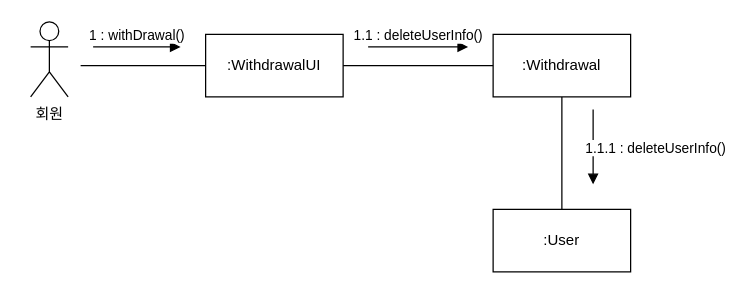
Above: B981008_김미래/회원탈퇴.drawio in FinancialWorld16/SE_TEAM (draw.io), before the change. Source tidied: cells renumbered, new cells numbered last; positions are measured from the earlier drawing's top-left corner, leaving out a move shared by most shapes. Both pictures are drawn from the tidied source at 125%, with x=0, y=0 at pixel (30, 21).
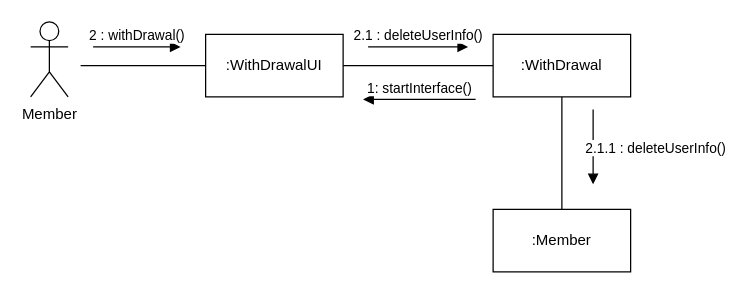
The same diagram, later.

What changed in the source:
```diff
@@
 <mxGraphModel>
   <root>
     <mxCell id="0" />
     <mxCell id="1" parent="0" />
-    <mxCell id="2" value="회원" style="shape=umlActor;verticalLabelPosition=bottom;verticalAlign=top;html=1;" parent="1" vertex="1">
+    <mxCell id="2" value="Member" style="shape=umlActor;verticalLabelPosition=bottom;verticalAlign=top;html=1;" parent="1" vertex="1">
       <mxGeometry width="30" height="60" as="geometry" />
     </mxCell>
-    <mxCell id="3" value=":WithdrawalUI" style="html=1;whiteSpace=wrap;" parent="1" vertex="1">
+    <mxCell id="3" value=":WithDrawalUI" style="html=1;whiteSpace=wrap;" parent="1" vertex="1">
       <mxGeometry x="140" y="10" width="110" height="50" as="geometry" />
     </mxCell>
-    <mxCell id="4" value=":Withdrawal" style="html=1;whiteSpace=wrap;" parent="1" vertex="1">
+    <mxCell id="4" value=":WithDrawal" style="html=1;whiteSpace=wrap;" parent="1" vertex="1">
       <mxGeometry x="370" y="10" width="110" height="50" as="geometry" />
     </mxCell>
     <mxCell id="5" style="line;strokeWidth=1;fillColor=none;align=left;verticalAlign=middle;spacingTop=-1;spacingLeft=3;spacingRight=3;labelPosition=right;strokeColor=inherit;" parent="1" vertex="1">
       <mxGeometry x="40" y="31" width="100" height="8" as="geometry" />
     </mxCell>
     <mxCell id="6" style="line;strokeWidth=1;fillColor=none;align=left;verticalAlign=middle;spacingTop=-1;spacingLeft=3;spacingRight=3;labelPosition=right;strokeColor=inherit;" parent="1" vertex="1">
       <mxGeometry x="250" y="31" width="120" height="8" as="geometry" />
     </mxCell>
-    <mxCell id="7" value=":User" style="html=1;whiteSpace=wrap;" parent="1" vertex="1">
+    <mxCell id="7" value=":Member" style="html=1;whiteSpace=wrap;" parent="1" vertex="1">
       <mxGeometry x="370" y="150" width="110" height="50" as="geometry" />
     </mxCell>
     <mxCell id="8" style="endArrow=none;html=1;rounded=0;exitX=0.5;exitY=0;exitDx=0;exitDy=0;entryX=0.5;entryY=1;entryDx=0;entryDy=0;" parent="1" edge="1" source="7" target="4">
       <mxGeometry relative="1" as="geometry" />
     </mxCell>
-    <mxCell id="9" value="1 : withDrawal()" style="html=1;verticalAlign=bottom;endArrow=block;edgeStyle=elbowEdgeStyle;elbow=vertical;curved=0;rounded=0;" parent="1" edge="1">
+    <mxCell id="9" value="2 : withDrawal()" style="html=1;verticalAlign=bottom;endArrow=block;edgeStyle=elbowEdgeStyle;elbow=horizontal;curved=0;rounded=0;" parent="1" edge="1">
       <mxGeometry relative="1" as="geometry">
         <mxPoint x="50" y="20" as="sourcePoint" />
         <mxPoint x="120" y="20" as="targetPoint" />
       </mxGeometry>
     </mxCell>
-    <mxCell id="10" value="1.1 : deleteUserInfo()" style="html=1;verticalAlign=bottom;endArrow=block;edgeStyle=elbowEdgeStyle;elbow=vertical;curved=0;rounded=0;" parent="1" edge="1">
+    <mxCell id="10" value="2.1 : deleteUserInfo()" style="html=1;verticalAlign=bottom;endArrow=block;edgeStyle=elbowEdgeStyle;elbow=vertical;curved=0;rounded=0;" parent="1" edge="1">
       <mxGeometry relative="1" as="geometry">
         <mxPoint x="270" y="20" as="sourcePoint" />
         <mxPoint x="350" y="20" as="targetPoint" />
       </mxGeometry>
     </mxCell>
-    <mxCell id="11" value="1.1.1 : deleteUserInfo()" style="html=1;verticalAlign=bottom;endArrow=block;edgeStyle=elbowEdgeStyle;elbow=vertical;curved=0;rounded=0;" parent="1" edge="1">
+    <mxCell id="11" value="2.1.1 : deleteUserInfo()" style="html=1;verticalAlign=bottom;endArrow=block;edgeStyle=elbowEdgeStyle;elbow=vertical;curved=0;rounded=0;" parent="1" edge="1">
       <mxGeometry x="0.33" y="50" relative="1" as="geometry">
         <mxPoint x="450" y="70" as="sourcePoint" />
         <mxPoint x="450" y="130" as="targetPoint" />
       </mxGeometry>
     </mxCell>
+    <mxCell id="12" value="1: startInterface()" style="html=1;verticalAlign=bottom;endArrow=block;rounded=0;" parent="1" edge="1">
+      <mxGeometry relative="1" as="geometry">
+        <mxPoint x="356" y="62" as="sourcePoint" />
+        <mxPoint x="266" y="62" as="targetPoint" />
+      </mxGeometry>
+    </mxCell>
   </root>
 </mxGraphModel>
```
